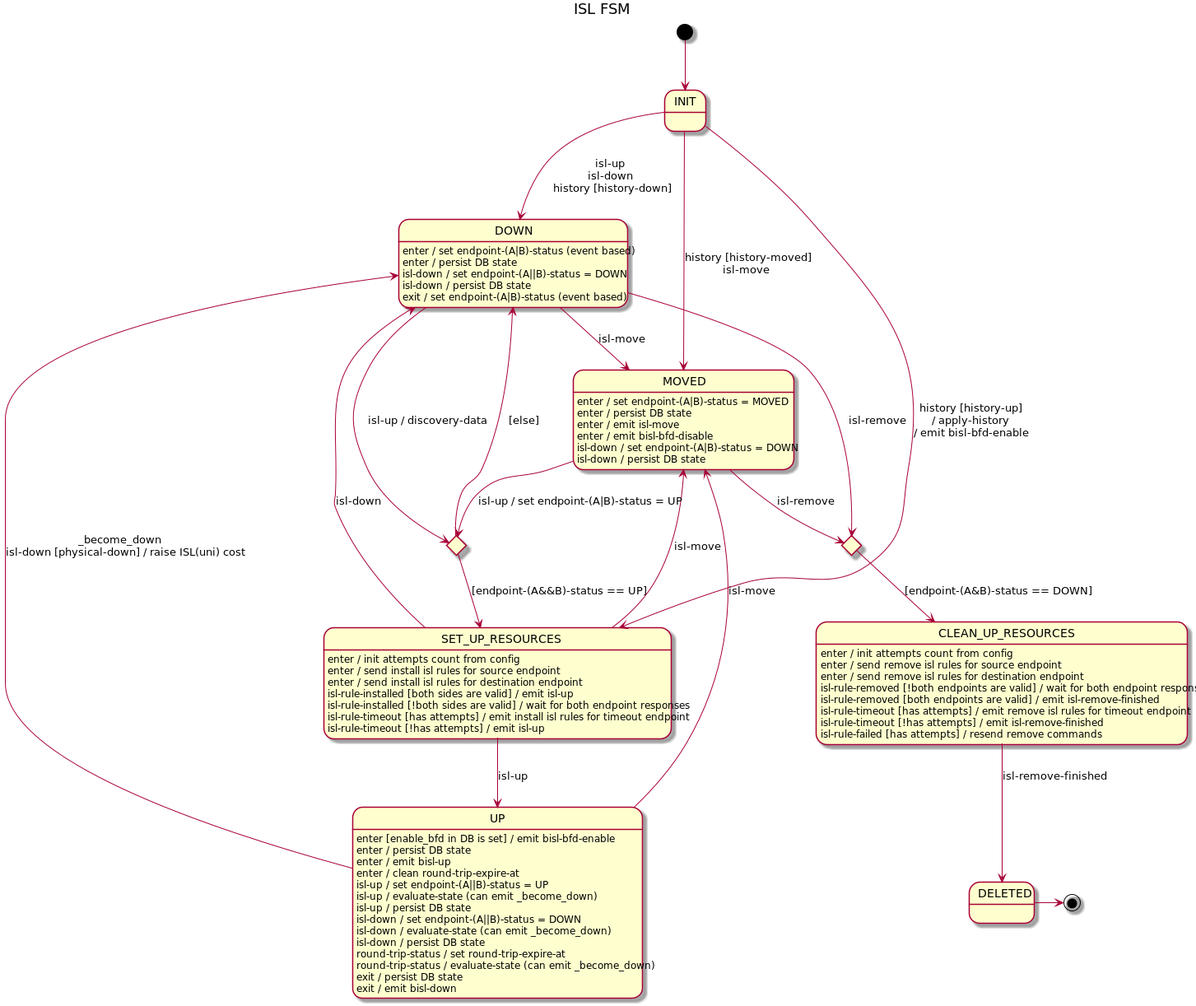
The PlantUML diagram docs/design/network-discovery/ISL-FSM.png in surabujin/open-kilda, before a commit.
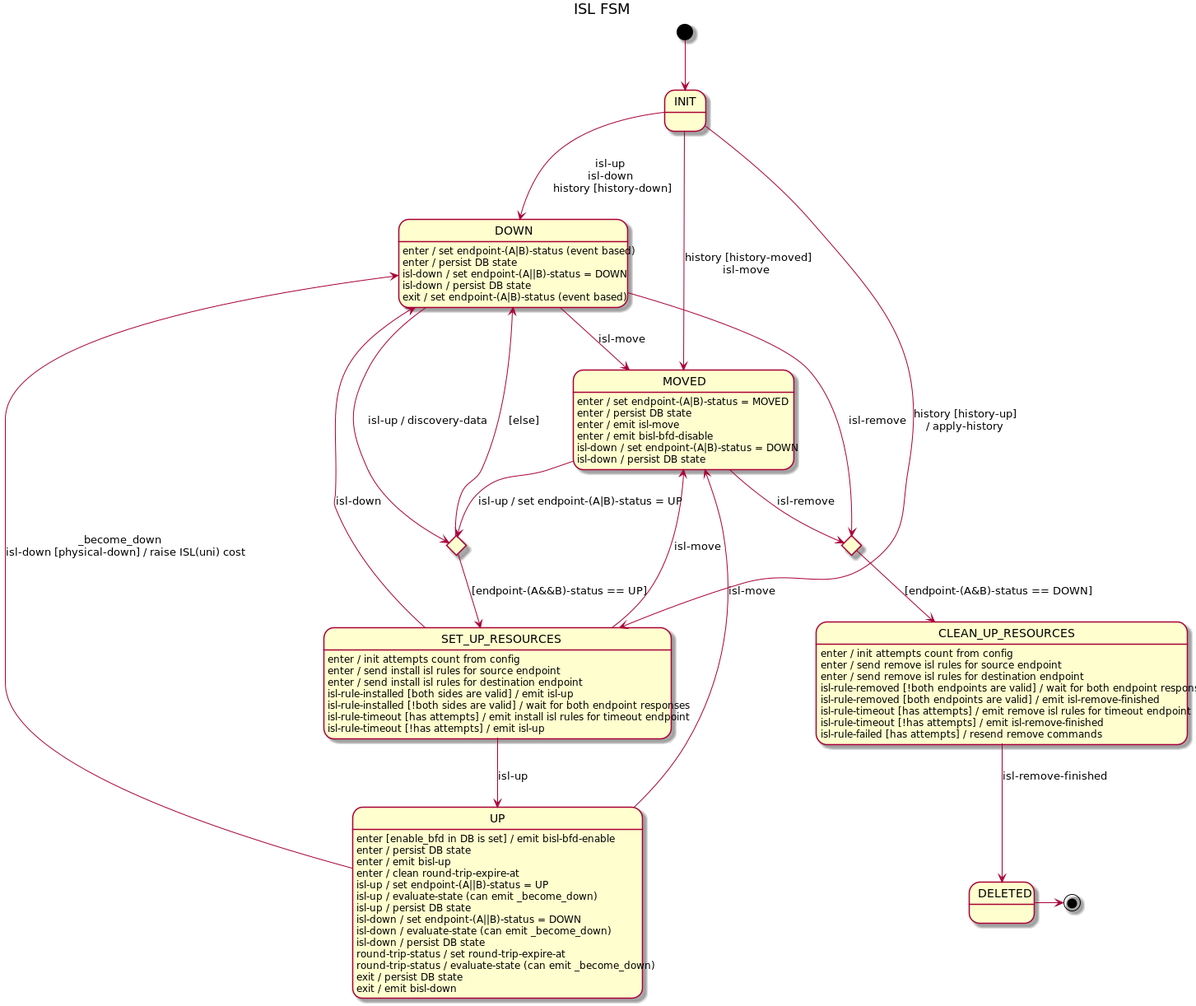
The same file after the commit.

Change to the diagram source:
```diff
@@ -4,7 +4,7 @@
 [*] --> INIT
 
 INIT --> DOWN : isl-up\nisl-down\nhistory [history-down]
-INIT --> SET_UP_RESOURCES : history [history-up]\n/ apply-history\n/ emit bisl-bfd-enable
+INIT --> SET_UP_RESOURCES : history [history-up]\n/ apply-history
 INIT --> MOVED : history [history-moved]\nisl-move
 
 state upAttempt <<choice>>
```
